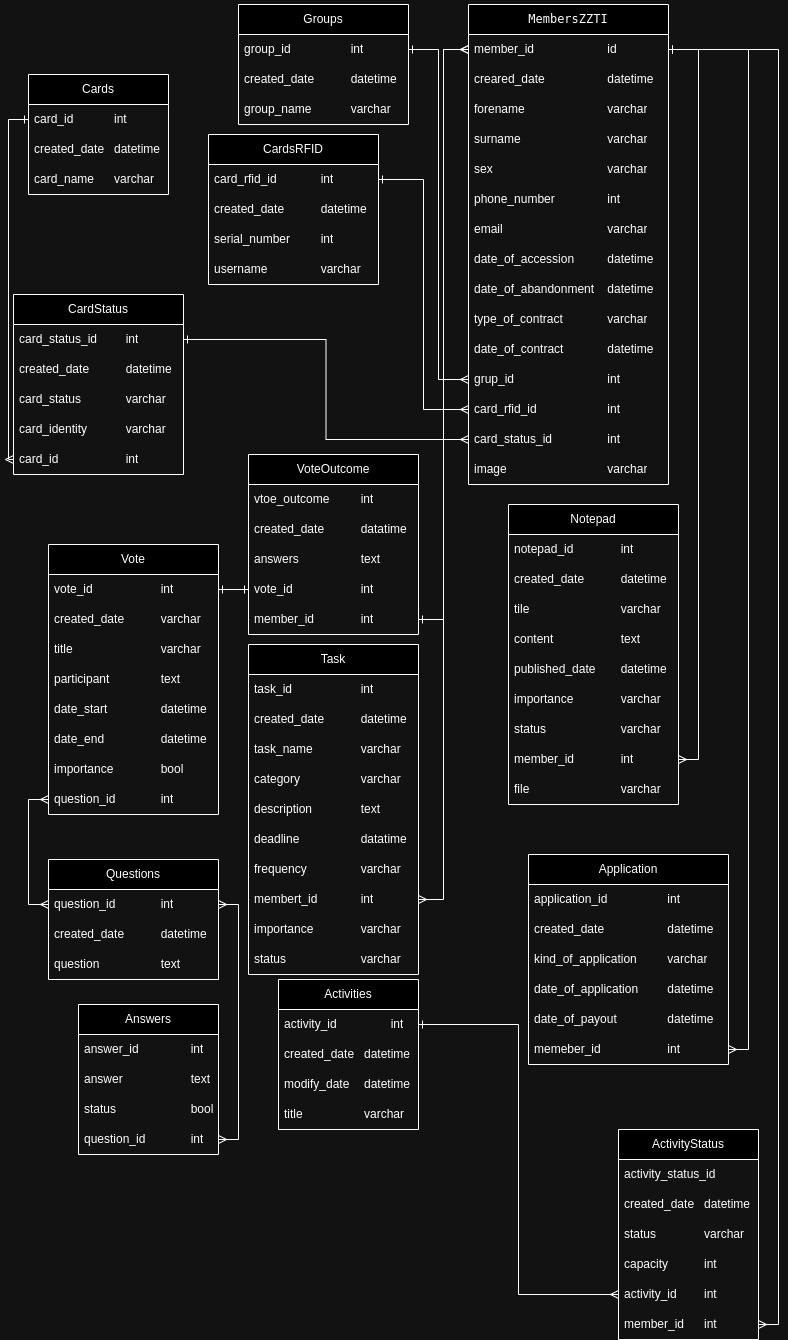
This is spec/TI_Management_Database_Schema.drawio.png from Mat3u52/TI_Management, a draw.io export, as it was before one commit. Source tidied: cells renumbered, new cells last; positions are measured from the earlier drawing's top-left corner, leaving out a move shared by most shapes.
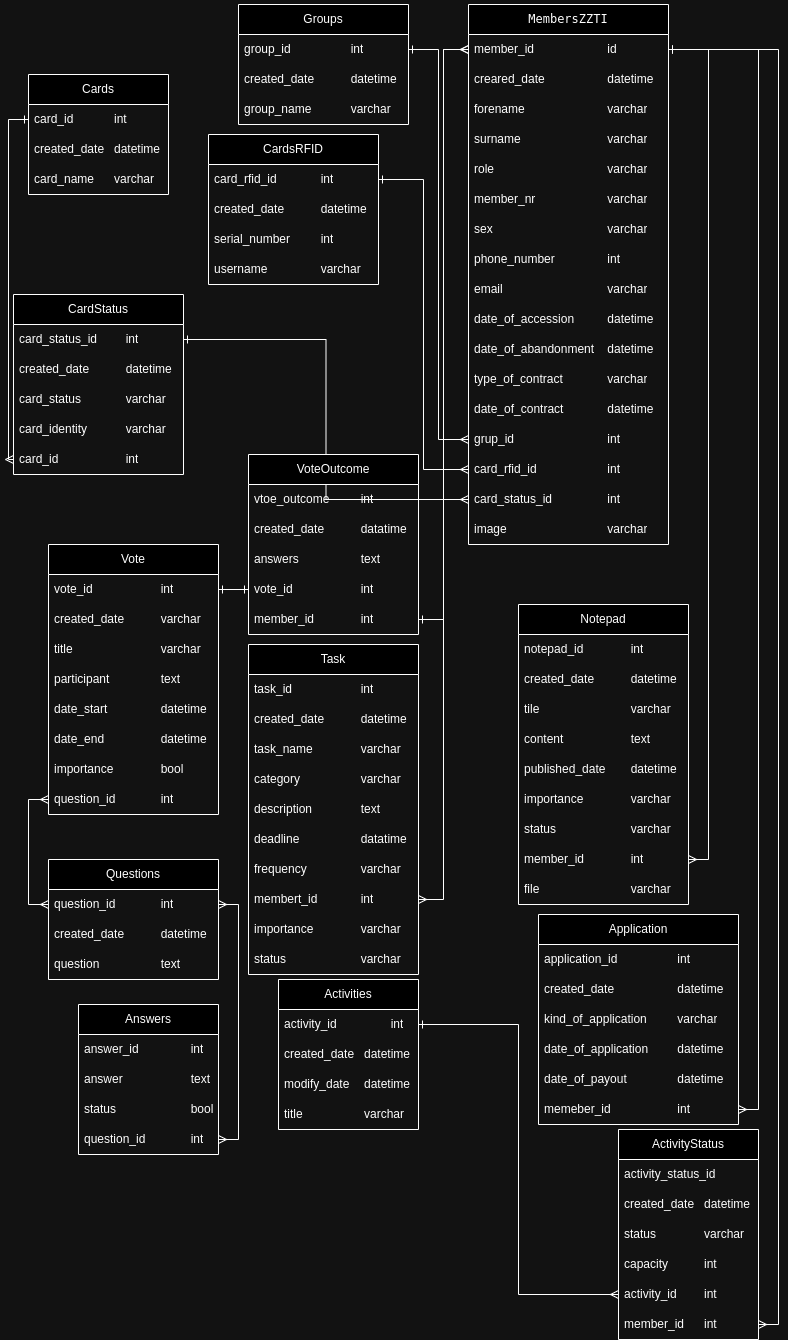
After the commit.

Diff of the diagram source:
```diff
@@ -48,7 +48,7 @@
       <mxGeometry relative="1" as="geometry" />
     </mxCell>
     <mxCell id="17" value="&lt;div style=&quot;&quot;&gt;&lt;pre style=&quot;font-family: &amp;quot;DejaVu Sans Mono&amp;quot;, monospace; font-size: 9pt;&quot;&gt;MembersZZTI&lt;/pre&gt;&lt;/div&gt;" style="swimlane;fontStyle=0;horizontal=1;startSize=30;whiteSpace=wrap;html=1;" parent="1" vertex="1">
-      <mxGeometry x="455" width="200" height="480" as="geometry" />
+      <mxGeometry x="455" width="200" height="540" as="geometry" />
     </mxCell>
     <mxCell id="18" value="member_id&lt;span style=&quot;white-space: pre;&quot;&gt;&#9;&lt;span style=&quot;white-space: pre;&quot;&gt;&#9;&lt;/span&gt;&lt;span style=&quot;white-space: pre;&quot;&gt;&#9;&lt;/span&gt;&lt;/span&gt;id" style="text;strokeColor=none;fillColor=none;align=left;verticalAlign=middle;spacingLeft=4;spacingRight=4;overflow=hidden;points=[[0,0.5],[1,0.5]];portConstraint=eastwest;whiteSpace=wrap;html=1;" parent="17" vertex="1">
       <mxGeometry y="30" width="200" height="30" as="geometry" />
@@ -62,38 +62,44 @@
     <mxCell id="21" value="surname&lt;span style=&quot;white-space: pre;&quot;&gt;&#9;&lt;/span&gt;&lt;span style=&quot;white-space: pre;&quot;&gt;&#9;&lt;/span&gt;&lt;span style=&quot;white-space: pre;&quot;&gt;&#9;&lt;span style=&quot;white-space: pre;&quot;&gt;&#9;&lt;/span&gt;&lt;/span&gt;varchar" style="text;strokeColor=none;fillColor=none;align=left;verticalAlign=middle;spacingLeft=4;spacingRight=4;overflow=hidden;whiteSpace=wrap;html=1;" parent="17" vertex="1">
       <mxGeometry y="120" width="200" height="30" as="geometry" />
     </mxCell>
+    <mxCell id="114" value="role&lt;span style=&quot;white-space: pre;&quot;&gt;&#9;&lt;/span&gt;&lt;span style=&quot;white-space: pre;&quot;&gt;&#9;&lt;/span&gt;&lt;span style=&quot;white-space: pre;&quot;&gt;&#9;&lt;/span&gt;&lt;span style=&quot;white-space: pre;&quot;&gt;&#9;&lt;span style=&quot;white-space: pre;&quot;&gt;&#9;&lt;/span&gt;v&lt;/span&gt;archar" style="text;strokeColor=none;fillColor=none;align=left;verticalAlign=middle;spacingLeft=4;spacingRight=4;overflow=hidden;whiteSpace=wrap;html=1;" parent="17" vertex="1">
+      <mxGeometry y="150" width="200" height="30" as="geometry" />
+    </mxCell>
+    <mxCell id="115" value="member_nr&lt;span style=&quot;white-space: pre;&quot;&gt;&#9;&lt;/span&gt;&lt;span style=&quot;white-space: pre;&quot;&gt;&#9;&lt;span style=&quot;white-space: pre;&quot;&gt;&#9;&lt;/span&gt;v&lt;/span&gt;archar" style="text;strokeColor=none;fillColor=none;align=left;verticalAlign=middle;spacingLeft=4;spacingRight=4;overflow=hidden;whiteSpace=wrap;html=1;" parent="17" vertex="1">
+      <mxGeometry y="180" width="200" height="30" as="geometry" />
+    </mxCell>
     <mxCell id="22" value="sex&lt;span style=&quot;white-space: pre;&quot;&gt;&#9;&lt;/span&gt;&lt;span style=&quot;white-space: pre;&quot;&gt;&#9;&lt;/span&gt;&lt;span style=&quot;white-space: pre;&quot;&gt;&#9;&lt;/span&gt;&lt;span style=&quot;white-space: pre;&quot;&gt;&#9;&lt;span style=&quot;white-space: pre;&quot;&gt;&#9;&lt;/span&gt;&lt;/span&gt;varchar" style="text;strokeColor=none;fillColor=none;align=left;verticalAlign=middle;spacingLeft=4;spacingRight=4;overflow=hidden;whiteSpace=wrap;html=1;" parent="17" vertex="1">
-      <mxGeometry y="150" width="200" height="30" as="geometry" />
+      <mxGeometry y="210" width="200" height="30" as="geometry" />
     </mxCell>
     <mxCell id="23" value="phone_number&lt;span style=&quot;white-space: pre;&quot;&gt;&#9;&lt;span style=&quot;white-space: pre;&quot;&gt;&#9;&lt;/span&gt;&lt;/span&gt;int" style="text;strokeColor=none;fillColor=none;align=left;verticalAlign=middle;spacingLeft=4;spacingRight=4;overflow=hidden;whiteSpace=wrap;html=1;" parent="17" vertex="1">
-      <mxGeometry y="180" width="200" height="30" as="geometry" />
+      <mxGeometry y="240" width="200" height="30" as="geometry" />
     </mxCell>
     <mxCell id="24" value="email&lt;span style=&quot;white-space: pre;&quot;&gt;&#9;&lt;span style=&quot;white-space: pre;&quot;&gt;&#9;&lt;/span&gt;&lt;span style=&quot;white-space: pre;&quot;&gt;&#9;&lt;span style=&quot;white-space: pre;&quot;&gt;&#9;&lt;/span&gt;&lt;/span&gt;&lt;/span&gt;varchar" style="text;strokeColor=none;fillColor=none;align=left;verticalAlign=middle;spacingLeft=4;spacingRight=4;overflow=hidden;whiteSpace=wrap;html=1;" parent="17" vertex="1">
-      <mxGeometry y="210" width="200" height="30" as="geometry" />
+      <mxGeometry y="270" width="200" height="30" as="geometry" />
     </mxCell>
     <mxCell id="25" value="date_of_accession&lt;span style=&quot;white-space: pre;&quot;&gt;&#9;&lt;span style=&quot;white-space: pre;&quot;&gt;&#9;&lt;/span&gt;&lt;/span&gt;datetime" style="text;strokeColor=none;fillColor=none;align=left;verticalAlign=middle;spacingLeft=4;spacingRight=4;overflow=hidden;whiteSpace=wrap;html=1;" parent="17" vertex="1">
-      <mxGeometry y="240" width="200" height="30" as="geometry" />
+      <mxGeometry y="300" width="200" height="30" as="geometry" />
     </mxCell>
     <mxCell id="26" value="date_of_abandonment&lt;span style=&quot;white-space: pre;&quot;&gt;&#9;&lt;/span&gt;datetime" style="text;strokeColor=none;fillColor=none;align=left;verticalAlign=middle;spacingLeft=4;spacingRight=4;overflow=hidden;whiteSpace=wrap;html=1;" parent="17" vertex="1">
-      <mxGeometry y="270" width="200" height="30" as="geometry" />
+      <mxGeometry y="330" width="200" height="30" as="geometry" />
     </mxCell>
     <mxCell id="27" value="type_of_contract&lt;span style=&quot;white-space: pre;&quot;&gt;&#9;&lt;span style=&quot;white-space: pre;&quot;&gt;&#9;&lt;/span&gt;&lt;/span&gt;varchar" style="text;strokeColor=none;fillColor=none;align=left;verticalAlign=middle;spacingLeft=4;spacingRight=4;overflow=hidden;whiteSpace=wrap;html=1;" parent="17" vertex="1">
-      <mxGeometry y="300" width="200" height="30" as="geometry" />
+      <mxGeometry y="360" width="200" height="30" as="geometry" />
     </mxCell>
     <mxCell id="28" value="date_of_contract&lt;span style=&quot;white-space: pre;&quot;&gt;&#9;&lt;span style=&quot;white-space: pre;&quot;&gt;&#9;&lt;/span&gt;&lt;/span&gt;datetime" style="text;strokeColor=none;fillColor=none;align=left;verticalAlign=middle;spacingLeft=4;spacingRight=4;overflow=hidden;whiteSpace=wrap;html=1;" parent="17" vertex="1">
-      <mxGeometry y="330" width="200" height="30" as="geometry" />
+      <mxGeometry y="390" width="200" height="30" as="geometry" />
     </mxCell>
     <mxCell id="29" value="grup_id&lt;span style=&quot;white-space: pre;&quot;&gt;&#9;&lt;/span&gt;&lt;span style=&quot;white-space: pre;&quot;&gt;&#9;&lt;/span&gt;&lt;span style=&quot;white-space: pre;&quot;&gt;&#9;&lt;span style=&quot;white-space: pre;&quot;&gt;&#9;&lt;/span&gt;&lt;/span&gt;int" style="text;strokeColor=none;fillColor=none;align=left;verticalAlign=middle;spacingLeft=4;spacingRight=4;overflow=hidden;points=[[0,0.5],[1,0.5]];portConstraint=eastwest;whiteSpace=wrap;html=1;" parent="17" vertex="1">
-      <mxGeometry y="360" width="200" height="30" as="geometry" />
+      <mxGeometry y="420" width="200" height="30" as="geometry" />
     </mxCell>
     <mxCell id="30" value="card_rfid_id&lt;span style=&quot;white-space: pre;&quot;&gt;&#9;&lt;/span&gt;&lt;span style=&quot;white-space: pre;&quot;&gt;&#9;&lt;span style=&quot;white-space: pre;&quot;&gt;&#9;&lt;/span&gt;&lt;/span&gt;int" style="text;strokeColor=none;fillColor=none;align=left;verticalAlign=middle;spacingLeft=4;spacingRight=4;overflow=hidden;points=[[0,0.5],[1,0.5]];portConstraint=eastwest;whiteSpace=wrap;html=1;" parent="17" vertex="1">
-      <mxGeometry y="390" width="200" height="30" as="geometry" />
+      <mxGeometry y="450" width="200" height="30" as="geometry" />
     </mxCell>
     <mxCell id="31" value="card_status_id&lt;span style=&quot;white-space: pre;&quot;&gt;&#9;&lt;/span&gt;&lt;span style=&quot;white-space: pre;&quot;&gt;&#9;&lt;span style=&quot;white-space: pre;&quot;&gt;&#9;&lt;/span&gt;&lt;/span&gt;int" style="text;strokeColor=none;fillColor=none;align=left;verticalAlign=middle;spacingLeft=4;spacingRight=4;overflow=hidden;points=[[0,0.5],[1,0.5]];portConstraint=eastwest;whiteSpace=wrap;html=1;" parent="17" vertex="1">
-      <mxGeometry y="420" width="200" height="30" as="geometry" />
+      <mxGeometry y="480" width="200" height="30" as="geometry" />
     </mxCell>
     <mxCell id="32" value="image&lt;span style=&quot;white-space: pre;&quot;&gt;&#9;&lt;/span&gt;&lt;span style=&quot;white-space: pre;&quot;&gt;&#9;&lt;/span&gt;&lt;span style=&quot;white-space: pre;&quot;&gt;&#9;&lt;span style=&quot;white-space: pre;&quot;&gt;&#9;&lt;/span&gt;v&lt;/span&gt;archar" style="text;strokeColor=none;fillColor=none;align=left;verticalAlign=middle;spacingLeft=4;spacingRight=4;overflow=hidden;whiteSpace=wrap;html=1;" parent="17" vertex="1">
-      <mxGeometry y="450" width="200" height="30" as="geometry" />
+      <mxGeometry y="510" width="200" height="30" as="geometry" />
     </mxCell>
     <mxCell id="33" style="edgeStyle=orthogonalEdgeStyle;rounded=0;jettySize=auto;html=1;exitX=1;exitY=0.5;exitDx=0;exitDy=0;entryX=0;entryY=0.5;entryDx=0;entryDy=0;endArrow=ERmany;endFill=0;startArrow=ERone;startFill=0;" parent="1" edge="1" source="3" target="29">
       <mxGeometry relative="1" as="geometry" />
@@ -120,7 +126,7 @@
       <mxGeometry relative="1" as="geometry" />
     </mxCell>
     <mxCell id="41" value="Notepad" style="swimlane;fontStyle=0;horizontal=1;startSize=30;whiteSpace=wrap;html=1;" parent="1" vertex="1">
-      <mxGeometry x="495" y="500" width="170" height="300" as="geometry" />
+      <mxGeometry x="505" y="600" width="170" height="300" as="geometry" />
     </mxCell>
     <mxCell id="42" value="notepad_id&lt;span style=&quot;white-space: pre;&quot;&gt;&#9;&lt;/span&gt;&lt;span style=&quot;white-space: pre;&quot;&gt;&#9;&lt;/span&gt;int" style="text;strokeColor=none;fillColor=none;align=left;verticalAlign=middle;spacingLeft=4;spacingRight=4;overflow=hidden;whiteSpace=wrap;html=1;" parent="41" vertex="1">
       <mxGeometry y="30" width="170" height="30" as="geometry" />
@@ -153,7 +159,7 @@
       <mxGeometry relative="1" as="geometry" />
     </mxCell>
     <mxCell id="52" value="Application" style="swimlane;fontStyle=0;horizontal=1;startSize=30;whiteSpace=wrap;html=1;" parent="1" vertex="1">
-      <mxGeometry x="515" y="850" width="200" height="210" as="geometry" />
+      <mxGeometry x="525" y="910" width="200" height="210" as="geometry" />
     </mxCell>
     <mxCell id="53" value="application_id&lt;span style=&quot;white-space: pre;&quot;&gt;&#9;&lt;span style=&quot;white-space: pre;&quot;&gt;&#9;&lt;/span&gt;&lt;/span&gt;&lt;span style=&quot;white-space: pre;&quot;&gt;&#9;&lt;/span&gt;int" style="text;strokeColor=none;fillColor=none;align=left;verticalAlign=middle;spacingLeft=4;spacingRight=4;overflow=hidden;whiteSpace=wrap;html=1;" parent="52" vertex="1">
       <mxGeometry y="30" width="200" height="30" as="geometry" />
```
